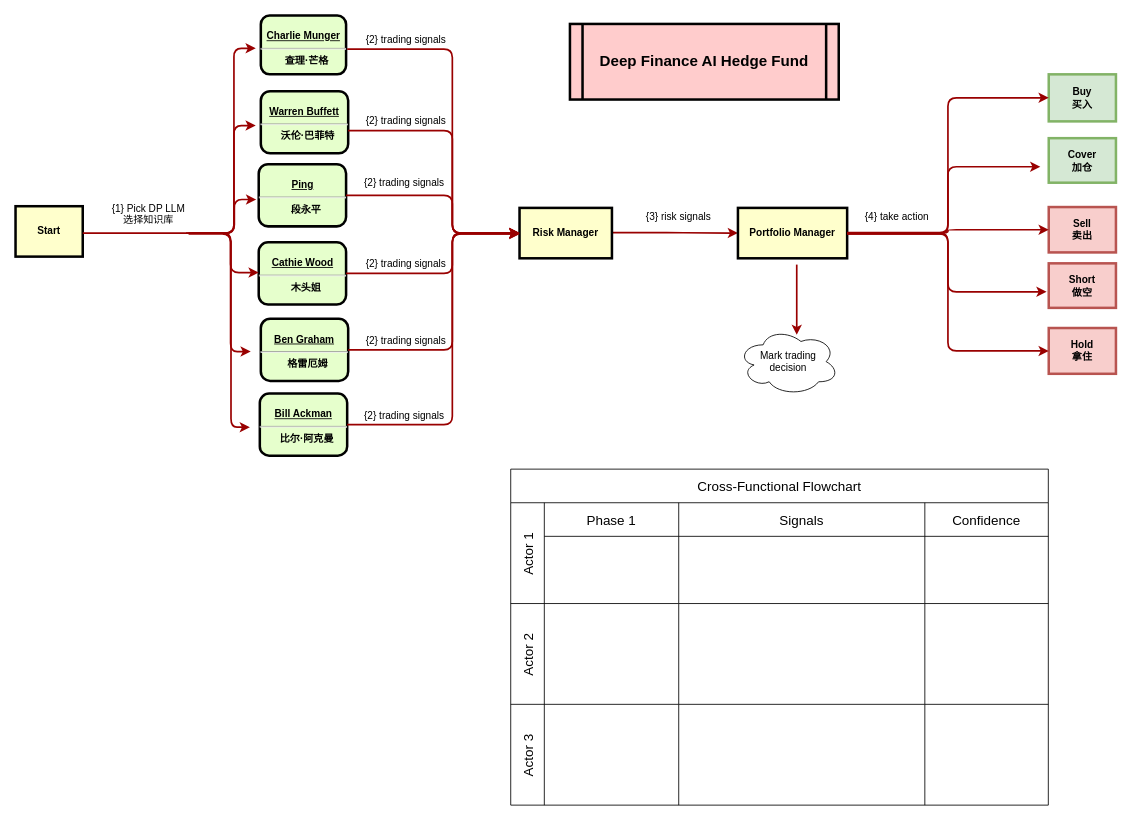
fanlongtao123/wechat-tutorial keeps this draw.io diagram as DeepFinance EG.drawio. Above is the earlier version. Source tidied: cells renumbered, new cells numbered last; positions are measured from the earlier drawing's top-left corner, leaving out a move shared by most shapes. Both pictures are drawn from the tidied source at 84%, with x=0, y=0 at pixel (15, 15).
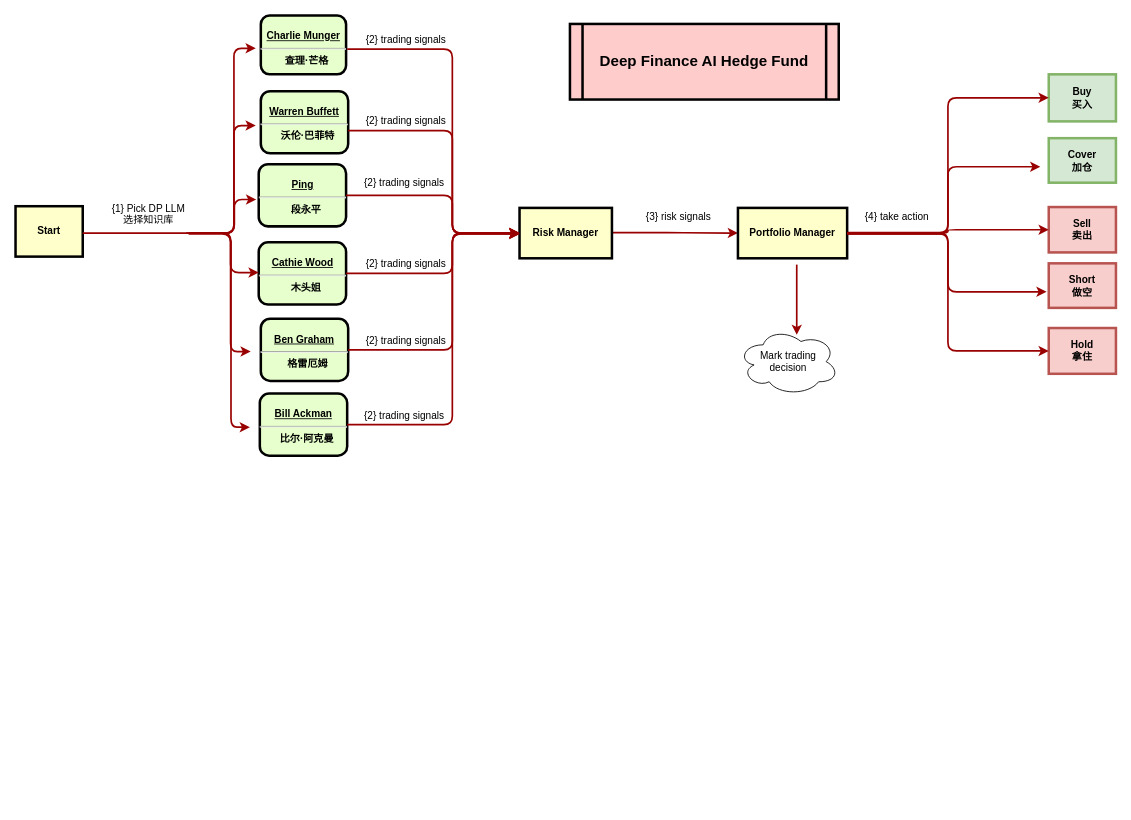
The same page after the edit.

What changed in the source:
```diff
@@
-    <mxCell id="46" value="Cross-Functional Flowchart" style="shape=table;childLayout=tableLayout;startSize=40;fontSize=16;" parent="1" vertex="1">
-      <mxGeometry x="589.5" y="540" width="640" height="400" as="geometry" />
-    </mxCell>
-    <mxCell id="47" value="Actor 1" style="shape=tableRow;horizontal=0;swimlaneHead=0;swimlaneBody=0;top=0;left=0;strokeColor=inherit;bottom=0;right=0;fontStyle=0;fillColor=none;startSize=40;fontSize=16;" parent="46" vertex="1">
-      <mxGeometry y="40" width="640" height="120" as="geometry" />
-    </mxCell>
-    <mxCell id="48" value="Phase 1" style="swimlane;swimlaneHead=0;swimlaneBody=0;fontStyle=0;strokeColor=inherit;fillColor=none;startSize=40;fontSize=16;" parent="47" vertex="1">
-      <mxGeometry x="40" width="160" height="120" as="geometry" />
-    </mxCell>
-    <mxCell id="49" value="Signals" style="swimlane;swimlaneHead=0;swimlaneBody=0;fontStyle=0;strokeColor=inherit;fillColor=none;startSize=40;fontSize=16;" parent="47" vertex="1">
-      <mxGeometry x="200" width="293" height="120" as="geometry" />
-    </mxCell>
-    <mxCell id="50" value="Confidence" style="swimlane;swimlaneHead=0;swimlaneBody=0;fontStyle=0;strokeColor=inherit;fillColor=none;startSize=40;fontSize=16;" parent="47" vertex="1">
-      <mxGeometry x="493" width="147" height="120" as="geometry" />
-    </mxCell>
-    <mxCell id="51" value="Actor 2" style="shape=tableRow;horizontal=0;swimlaneHead=0;swimlaneBody=0;top=0;left=0;strokeColor=inherit;bottom=0;right=0;fontStyle=0;fillColor=none;startSize=40;fontSize=16;" parent="46" vertex="1">
-      <mxGeometry y="160" width="640" height="120" as="geometry" />
-    </mxCell>
-    <mxCell id="52" style="swimlane;swimlaneHead=0;swimlaneBody=0;fontStyle=0;strokeColor=inherit;fillColor=none;startSize=0;fontSize=16;" parent="51" vertex="1">
-      <mxGeometry x="40" width="160" height="120" as="geometry" />
-    </mxCell>
-    <mxCell id="53" style="swimlane;swimlaneHead=0;swimlaneBody=0;fontStyle=0;strokeColor=inherit;fillColor=none;startSize=0;fontSize=16;" parent="51" vertex="1">
-      <mxGeometry x="200" width="293" height="120" as="geometry" />
-    </mxCell>
-    <mxCell id="54" style="swimlane;swimlaneHead=0;swimlaneBody=0;fontStyle=0;strokeColor=inherit;fillColor=none;startSize=0;fontSize=16;" parent="51" vertex="1">
-      <mxGeometry x="493" width="147" height="120" as="geometry" />
-    </mxCell>
-    <mxCell id="55" value="Actor 3" style="shape=tableRow;horizontal=0;swimlaneHead=0;swimlaneBody=0;top=0;left=0;strokeColor=inherit;bottom=0;right=0;fontStyle=0;fillColor=none;startSize=40;fontSize=16;" parent="46" vertex="1">
-      <mxGeometry y="280" width="640" height="120" as="geometry" />
-    </mxCell>
-    <mxCell id="56" style="swimlane;swimlaneHead=0;swimlaneBody=0;fontStyle=0;strokeColor=inherit;fillColor=none;startSize=0;fontSize=16;" parent="55" vertex="1">
-      <mxGeometry x="40" width="160" height="120" as="geometry" />
-    </mxCell>
-    <mxCell id="57" style="swimlane;swimlaneHead=0;swimlaneBody=0;fontStyle=0;strokeColor=inherit;fillColor=none;startSize=0;fontSize=16;" parent="55" vertex="1">
-      <mxGeometry x="200" width="293" height="120" as="geometry" />
-    </mxCell>
-    <mxCell id="58" style="swimlane;swimlaneHead=0;swimlaneBody=0;fontStyle=0;strokeColor=inherit;fillColor=none;startSize=0;fontSize=16;" parent="55" vertex="1">
-      <mxGeometry x="493" width="147" height="120" as="geometry" />
-    </mxCell>
```
